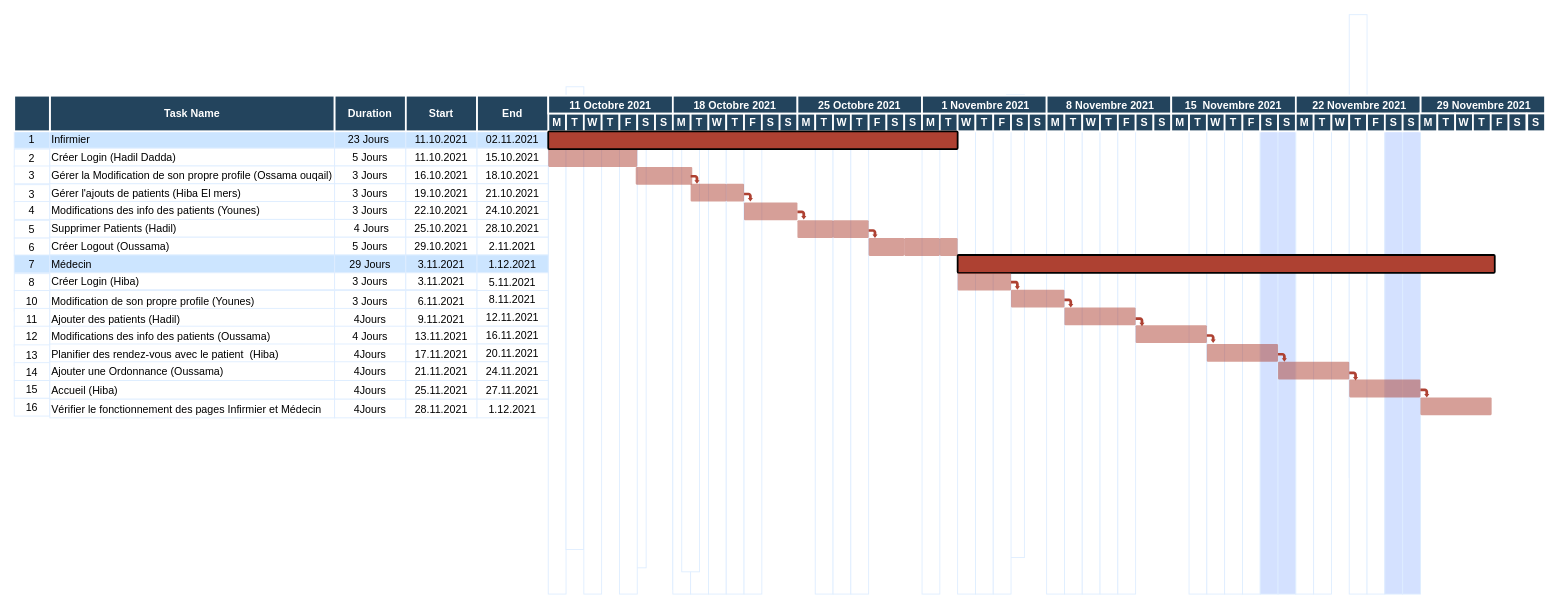
Above: Untitled Diagram.drawio in HadilDadda/Exercice1 (draw.io), before the change. Source tidied: cells renumbered, new cells numbered last; positions are measured from the earlier drawing's top-left corner, leaving out a move shared by most shapes. Both pictures are drawn from the tidied source at 89%, with x=0, y=0 at pixel (13, 14).
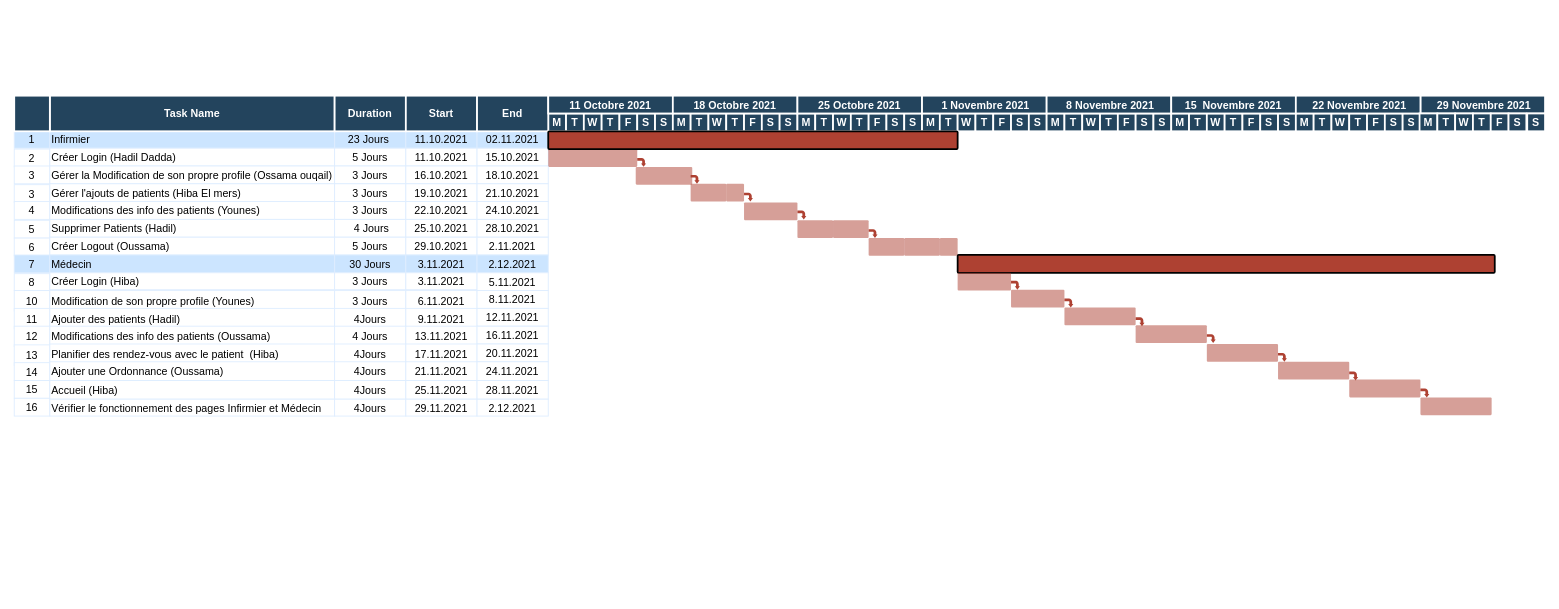
After the change.

Change to the diagram source:
```diff
@@
-    <mxCell id="2" style="strokeColor=#DEEDFF;" parent="1" vertex="1">
-      <mxGeometry x="600.5" y="131" width="20" height="520" as="geometry" />
-    </mxCell>
@@
-    <mxCell id="40" value="29 Jours" style="strokeColor=#DEEDFF;fillColor=#CCE5FF;" parent="1" vertex="1">
+    <mxCell id="40" value="30 Jours" style="strokeColor=#DEEDFF;fillColor=#CCE5FF;" parent="1" vertex="1">
       <mxGeometry x="360.5" y="270" width="80" height="20" as="geometry" />
     </mxCell>
@@
-    <mxCell id="42" value="1.12.2021" style="strokeColor=#DEEDFF;fillColor=#CCE5FF;" parent="1" vertex="1">
+    <mxCell id="42" value="2.12.2021" style="strokeColor=#DEEDFF;fillColor=#CCE5FF;" parent="1" vertex="1">
       <mxGeometry x="520.5" y="270" width="80" height="20" as="geometry" />
     </mxCell>
@@
-    <mxCell id="74" style="strokeColor=#DEEDFF;" parent="1" vertex="1">
-      <mxGeometry x="620.5" y="81" width="20" height="520" as="geometry" />
-    </mxCell>
-    <mxCell id="75" style="strokeColor=#DEEDFF;" parent="1" vertex="1">
-      <mxGeometry x="640.5" y="131" width="20" height="520" as="geometry" />
-    </mxCell>
-    <mxCell id="76" style="strokeColor=#DEEDFF;" parent="1" vertex="1">
-      <mxGeometry x="690.5" y="101.5" width="20" height="520" as="geometry" />
-    </mxCell>
-    <mxCell id="77" style="strokeColor=#DEEDFF;" parent="1" vertex="1">
-      <mxGeometry x="680.5" y="131" width="20" height="520" as="geometry" />
-    </mxCell>
-    <mxCell id="78" style="strokeColor=#DEEDFF;fillColor=#D4E1FF;" parent="1" vertex="1">
-      <mxGeometry x="740.5" y="126" width="20" height="520" as="geometry" />
-    </mxCell>
-    <mxCell id="79" style="strokeColor=#DEEDFF;" parent="1" vertex="1">
-      <mxGeometry x="740.5" y="131" width="20" height="520" as="geometry" />
-    </mxCell>
-    <mxCell id="80" style="strokeColor=#DEEDFF;" parent="1" vertex="1">
-      <mxGeometry x="760.5" y="131" width="20" height="520" as="geometry" />
-    </mxCell>
-    <mxCell id="81" style="strokeColor=#DEEDFF;" parent="1" vertex="1">
-      <mxGeometry x="780.5" y="131" width="20" height="520" as="geometry" />
-    </mxCell>
-    <mxCell id="82" style="strokeColor=#DEEDFF;" parent="1" vertex="1">
-      <mxGeometry x="800.5" y="131" width="20" height="520" as="geometry" />
-    </mxCell>
-    <mxCell id="83" style="strokeColor=#DEEDFF;" parent="1" vertex="1">
-      <mxGeometry x="820.5" y="131" width="20" height="520" as="geometry" />
-    </mxCell>
-    <mxCell id="84" style="strokeColor=#DEEDFF;" parent="1" vertex="1">
-      <mxGeometry x="750.5" y="106" width="20" height="520" as="geometry" />
-    </mxCell>
-    <mxCell id="85" style="strokeColor=#DEEDFF;" parent="1" vertex="1">
-      <mxGeometry x="900.5" y="131" width="20" height="520" as="geometry" />
-    </mxCell>
-    <mxCell id="86" style="strokeColor=#DEEDFF;" parent="1" vertex="1">
-      <mxGeometry x="920.5" y="131" width="20" height="520" as="geometry" />
-    </mxCell>
-    <mxCell id="87" style="strokeColor=#DEEDFF;" parent="1" vertex="1">
-      <mxGeometry x="940.5" y="131" width="20" height="520" as="geometry" />
-    </mxCell>
-    <mxCell id="88" style="strokeColor=#DEEDFF;" parent="1" vertex="1">
-      <mxGeometry x="1020.5" y="131" width="20" height="520" as="geometry" />
-    </mxCell>
-    <mxCell id="89" style="strokeColor=#DEEDFF;" parent="1" vertex="1">
-      <mxGeometry x="1115.5" y="90" width="20" height="520" as="geometry" />
-    </mxCell>
-    <mxCell id="90" style="strokeColor=#DEEDFF;" parent="1" vertex="1">
-      <mxGeometry x="1060.5" y="131" width="20" height="520" as="geometry" />
-    </mxCell>
-    <mxCell id="91" style="strokeColor=#DEEDFF;" parent="1" vertex="1">
-      <mxGeometry x="1080.5" y="131" width="20" height="520" as="geometry" />
-    </mxCell>
-    <mxCell id="92" style="strokeColor=#DEEDFF;" parent="1" vertex="1">
-      <mxGeometry x="1100.5" y="131" width="20" height="520" as="geometry" />
-    </mxCell>
-    <mxCell id="93" style="strokeColor=#DEEDFF;" parent="1" vertex="1">
-      <mxGeometry x="1160.5" y="131" width="20" height="520" as="geometry" />
-    </mxCell>
-    <mxCell id="94" style="strokeColor=#DEEDFF;" parent="1" vertex="1">
-      <mxGeometry x="1180.5" y="131" width="20" height="520" as="geometry" />
-    </mxCell>
-    <mxCell id="95" style="strokeColor=#DEEDFF;" parent="1" vertex="1">
-      <mxGeometry x="1200.5" y="131" width="20" height="520" as="geometry" />
-    </mxCell>
-    <mxCell id="96" style="strokeColor=#DEEDFF;" parent="1" vertex="1">
-      <mxGeometry x="1220.5" y="131" width="20" height="520" as="geometry" />
-    </mxCell>
-    <mxCell id="97" style="strokeColor=#DEEDFF;" parent="1" vertex="1">
-      <mxGeometry x="1240.5" y="131" width="20" height="520" as="geometry" />
-    </mxCell>
-    <mxCell id="98" style="strokeColor=#DEEDFF;" parent="1" vertex="1">
-      <mxGeometry x="1320.5" y="131" width="20" height="520" as="geometry" />
-    </mxCell>
-    <mxCell id="99" style="strokeColor=#DEEDFF;" parent="1" vertex="1">
-      <mxGeometry x="1340.5" y="131" width="20" height="520" as="geometry" />
-    </mxCell>
-    <mxCell id="100" style="strokeColor=#DEEDFF;" parent="1" vertex="1">
-      <mxGeometry x="1360.5" y="131" width="20" height="520" as="geometry" />
-    </mxCell>
-    <mxCell id="101" style="strokeColor=#DEEDFF;" parent="1" vertex="1">
-      <mxGeometry x="1380.5" y="131" width="20" height="520" as="geometry" />
-    </mxCell>
-    <mxCell id="102" style="strokeColor=#DEEDFF;fillColor=#D4E1FF;" parent="1" vertex="1">
-      <mxGeometry x="1400.5" y="131" width="20" height="520" as="geometry" />
-    </mxCell>
-    <mxCell id="103" style="strokeColor=#DEEDFF;fillColor=#D4E1FF;" parent="1" vertex="1">
-      <mxGeometry x="1420.5" y="131" width="20" height="520" as="geometry" />
-    </mxCell>
-    <mxCell id="104" style="strokeColor=#DEEDFF;" parent="1" vertex="1">
-      <mxGeometry x="1440.5" y="131" width="20" height="520" as="geometry" />
-    </mxCell>
-    <mxCell id="105" style="strokeColor=#DEEDFF;" parent="1" vertex="1">
-      <mxGeometry x="1460.5" y="131" width="20" height="520" as="geometry" />
-    </mxCell>
-    <mxCell id="106" style="strokeColor=#DEEDFF;" parent="1" vertex="1">
-      <mxGeometry x="1500.5" width="20" height="520" as="geometry" />
-    </mxCell>
-    <mxCell id="107" style="strokeColor=#DEEDFF;" parent="1" vertex="1">
-      <mxGeometry x="1500.5" y="131" width="20" height="520" as="geometry" />
-    </mxCell>
-    <mxCell id="108" style="strokeColor=#DEEDFF;" parent="1" vertex="1">
-      <mxGeometry x="1520.5" y="131" width="20" height="520" as="geometry" />
-    </mxCell>
-    <mxCell id="109" style="strokeColor=#DEEDFF;fillColor=#D4E1FF;" parent="1" vertex="1">
-      <mxGeometry x="1540.5" y="131" width="20" height="520" as="geometry" />
-    </mxCell>
-    <mxCell id="110" style="strokeColor=#DEEDFF;fillColor=#D4E1FF;" parent="1" vertex="1">
-      <mxGeometry x="1560.5" y="131" width="20" height="520" as="geometry" />
-    </mxCell>
@@
-    <mxCell id="199" value="27.11.2021" style="strokeColor=#DEEDFF;" parent="1" vertex="1">
+    <mxCell id="199" value="28.11.2021" style="strokeColor=#DEEDFF;" parent="1" vertex="1">
       <mxGeometry x="520.5" y="411" width="80" height="21" as="geometry" />
     </mxCell>
@@
     <mxCell id="201" value="Vérifier le fonctionnement des pages Infirmier et Médecin" style="align=left;strokeColor=#DEEDFF;" parent="1" vertex="1">
-      <mxGeometry x="40.5" y="432" width="320" height="21" as="geometry" />
+      <mxGeometry x="40.5" y="432" width="320" height="19" as="geometry" />
     </mxCell>
     <mxCell id="202" value="4Jours" style="strokeColor=#DEEDFF;" parent="1" vertex="1">
-      <mxGeometry x="360.5" y="432" width="80" height="21" as="geometry" />
+      <mxGeometry x="360.5" y="432" width="80" height="19" as="geometry" />
     </mxCell>
-    <mxCell id="203" value="28.11.2021" style="strokeColor=#DEEDFF;" parent="1" vertex="1">
-      <mxGeometry x="440.5" y="432" width="80" height="21" as="geometry" />
+    <mxCell id="203" value="29.11.2021" style="strokeColor=#DEEDFF;" parent="1" vertex="1">
+      <mxGeometry x="440.5" y="432" width="80" height="19" as="geometry" />
     </mxCell>
-    <mxCell id="204" value="1.12.2021" style="strokeColor=#DEEDFF;" parent="1" vertex="1">
-      <mxGeometry x="520.5" y="432" width="80" height="21" as="geometry" />
+    <mxCell id="204" value="2.12.2021" style="strokeColor=#DEEDFF;" parent="1" vertex="1">
+      <mxGeometry x="520.5" y="432" width="80" height="19" as="geometry" />
     </mxCell>
@@
+    <mxCell id="221" style="shape=mxgraph.arrows.bent_right_arrow;fillColor=#AE4132;strokeColor=none;strokeWidth=2;direction=south;" parent="1" vertex="1">
+      <mxGeometry x="700.5" y="161" width="10" height="10" as="geometry" />
+    </mxCell>
```
